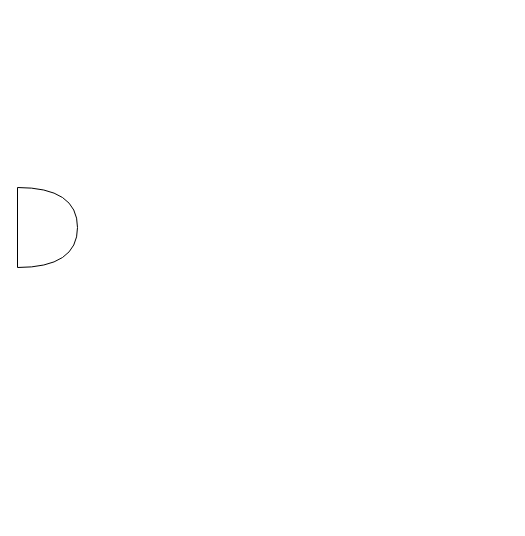
Before: vlbi-2.drawio in faksdal/vlbi, a draw.io diagram. Source tidied: cells renumbered, new cells numbered last; positions are measured from the earlier drawing's top-left corner, leaving out a move shared by most shapes. Both pictures are drawn from the tidied source at 100%, with x=0, y=0 at pixel (17, 187).
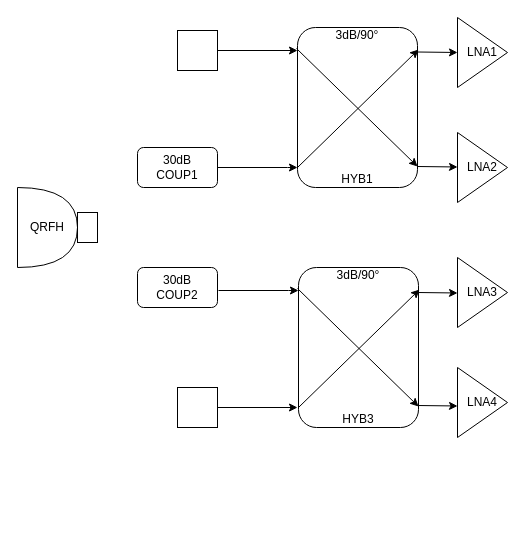
After the change.

The edit, as a diff of the source:
```diff
@@
-    <mxCell id="2" style="shape=or;whiteSpace=wrap;html=1;" parent="1" vertex="1">
+    <mxCell id="2" value="QRFH" style="shape=or;whiteSpace=wrap;html=1;labelBackgroundColor=none;" parent="1" vertex="1">
       <mxGeometry width="60" height="80" as="geometry" />
     </mxCell>
+    <mxCell id="3" value="&lt;div&gt;30dB&lt;/div&gt;&lt;div&gt;COUP2&lt;/div&gt;" style="rounded=1;whiteSpace=wrap;html=1;fontFamily=Helvetica;labelBackgroundColor=none;" parent="1" vertex="1">
+      <mxGeometry x="120" y="80" width="80" height="40" as="geometry" />
+    </mxCell>
+    <mxCell id="4" value="&lt;div&gt;30dB&lt;/div&gt;&lt;div&gt;COUP1&lt;/div&gt;" style="rounded=1;whiteSpace=wrap;html=1;labelBackgroundColor=none;" parent="1" vertex="1">
+      <mxGeometry x="120" y="-40" width="80" height="40" as="geometry" />
+    </mxCell>
+    <mxCell id="5" style="rounded=0;whiteSpace=wrap;html=1;labelBackgroundColor=none;" parent="1" vertex="1">
+      <mxGeometry x="60" y="25" width="20" height="30" as="geometry" />
+    </mxCell>
+    <mxCell id="6" value="&lt;div&gt;3dB/90°&lt;/div&gt;&lt;div&gt;&lt;br&gt;&lt;/div&gt;&lt;div&gt;&lt;br&gt;&lt;/div&gt;&lt;div&gt;&lt;br&gt;&lt;/div&gt;&lt;div&gt;&lt;br&gt;&lt;/div&gt;&lt;div&gt;&lt;br&gt;&lt;/div&gt;&lt;div&gt;&lt;br&gt;&lt;/div&gt;&lt;div&gt;&lt;br&gt;&lt;/div&gt;&lt;div&gt;&lt;br&gt;&lt;/div&gt;&lt;div&gt;&lt;br&gt;&lt;/div&gt;&lt;div&gt;HYB1&lt;/div&gt;" style="rounded=1;whiteSpace=wrap;html=1;labelBackgroundColor=none;" parent="1" vertex="1">
+      <mxGeometry x="280" y="-160" width="120" height="160" as="geometry" />
+    </mxCell>
+    <mxCell id="7" value="&lt;div&gt;LNA1&lt;/div&gt;" style="triangle;whiteSpace=wrap;html=1;labelBackgroundColor=none;" parent="1" vertex="1">
+      <mxGeometry x="440" y="-170" width="50" height="70" as="geometry" />
+    </mxCell>
+    <mxCell id="8" value="&lt;div&gt;LNA2&lt;/div&gt;" style="triangle;whiteSpace=wrap;html=1;labelBackgroundColor=none;" parent="1" vertex="1">
+      <mxGeometry x="440" y="-55" width="50" height="70" as="geometry" />
+    </mxCell>
+    <mxCell id="9" value="&lt;div&gt;LNA3&lt;/div&gt;" style="triangle;whiteSpace=wrap;html=1;labelBackgroundColor=none;" parent="1" vertex="1">
+      <mxGeometry x="440" y="70" width="50" height="70" as="geometry" />
+    </mxCell>
+    <mxCell id="10" value="&lt;div&gt;LNA4&lt;/div&gt;" style="triangle;whiteSpace=wrap;html=1;labelBackgroundColor=none;" parent="1" vertex="1">
+      <mxGeometry x="440" y="180" width="50" height="70" as="geometry" />
+    </mxCell>
+    <mxCell id="11" style="endArrow=none;html=1;rounded=0;" parent="1" edge="1">
+      <mxGeometry relative="1" as="geometry">
+        <mxPoint x="340" y="330" as="sourcePoint" />
+        <mxPoint x="340" y="330" as="targetPoint" />
+      </mxGeometry>
+    </mxCell>
+    <mxCell id="12" style="edgeStyle=orthogonalEdgeStyle;rounded=0;jettySize=auto;html=1;exitX=1;exitY=0.5;exitDx=0;exitDy=0;" parent="1" edge="1" source="4" target="6">
+      <mxGeometry relative="1" as="geometry">
+        <Array as="points">
+          <mxPoint x="270" y="-20" />
+          <mxPoint x="270" y="-20" />
+        </Array>
+      </mxGeometry>
+    </mxCell>
+    <mxCell id="13" style="endArrow=none;html=1;rounded=0;" parent="1" edge="1" target="6">
+      <mxGeometry relative="1" as="geometry">
+        <mxPoint x="280" y="-20" as="sourcePoint" />
+      </mxGeometry>
+    </mxCell>
+    <mxCell id="14" style="endArrow=classic;html=1;rounded=0;" parent="1" edge="1" target="6">
+      <mxGeometry relative="1" as="geometry">
+        <mxPoint x="280" y="-20" as="sourcePoint" />
+      </mxGeometry>
+    </mxCell>
+    <mxCell id="15" style="endArrow=classic;html=1;rounded=0;entryX=1.008;entryY=0.138;entryDx=0;entryDy=0;entryPerimeter=0;" parent="1" edge="1" target="6">
+      <mxGeometry relative="1" as="geometry">
+        <mxPoint x="280" y="-20" as="sourcePoint" />
+      </mxGeometry>
+    </mxCell>
+    <mxCell id="16" style="endArrow=classic;html=1;rounded=0;" parent="1" edge="1">
+      <mxGeometry relative="1" as="geometry">
+        <mxPoint x="400" y="-135.5" as="sourcePoint" />
+        <mxPoint x="440" y="-135" as="targetPoint" />
+      </mxGeometry>
+    </mxCell>
+    <mxCell id="17" style="endArrow=classic;html=1;rounded=0;entryX=1.008;entryY=0.138;entryDx=0;entryDy=0;entryPerimeter=0;" parent="1" edge="1">
+      <mxGeometry relative="1" as="geometry">
+        <mxPoint x="279" y="-139" as="sourcePoint" />
+        <mxPoint x="400" y="-21" as="targetPoint" />
+      </mxGeometry>
+    </mxCell>
+    <mxCell id="18" style="endArrow=classic;html=1;rounded=0;exitX=1;exitY=0.5;exitDx=0;exitDy=0;" parent="1" edge="1" source="19">
+      <mxGeometry relative="1" as="geometry">
+        <mxPoint x="280" y="-137" as="targetPoint" />
+      </mxGeometry>
+    </mxCell>
+    <mxCell id="19" style="whiteSpace=wrap;html=1;" parent="1" vertex="1">
+      <mxGeometry x="160" y="-157" width="40" height="40" as="geometry" />
+    </mxCell>
+    <mxCell id="20" value="&lt;div&gt;3dB/90°&lt;/div&gt;&lt;div&gt;&lt;br&gt;&lt;/div&gt;&lt;div&gt;&lt;br&gt;&lt;/div&gt;&lt;div&gt;&lt;br&gt;&lt;/div&gt;&lt;div&gt;&lt;br&gt;&lt;/div&gt;&lt;div&gt;&lt;br&gt;&lt;/div&gt;&lt;div&gt;&lt;br&gt;&lt;/div&gt;&lt;div&gt;&lt;br&gt;&lt;/div&gt;&lt;div&gt;&lt;br&gt;&lt;/div&gt;&lt;div&gt;&lt;br&gt;&lt;/div&gt;&lt;div&gt;HYB3&lt;/div&gt;" style="rounded=1;whiteSpace=wrap;html=1;labelBackgroundColor=none;" parent="1" vertex="1">
+      <mxGeometry x="281" y="80" width="120" height="160" as="geometry" />
+    </mxCell>
+    <mxCell id="21" style="endArrow=none;html=1;rounded=0;" parent="1" edge="1" target="20">
+      <mxGeometry relative="1" as="geometry">
+        <mxPoint x="281" y="220" as="sourcePoint" />
+      </mxGeometry>
+    </mxCell>
+    <mxCell id="22" style="endArrow=classic;html=1;rounded=0;" parent="1" edge="1" target="20">
+      <mxGeometry relative="1" as="geometry">
+        <mxPoint x="281" y="220" as="sourcePoint" />
+      </mxGeometry>
+    </mxCell>
+    <mxCell id="23" style="endArrow=classic;html=1;rounded=0;entryX=1.008;entryY=0.138;entryDx=0;entryDy=0;entryPerimeter=0;" parent="1" edge="1" target="20">
+      <mxGeometry relative="1" as="geometry">
+        <mxPoint x="281" y="220" as="sourcePoint" />
+      </mxGeometry>
+    </mxCell>
+    <mxCell id="24" style="endArrow=classic;html=1;rounded=0;entryX=1.008;entryY=0.138;entryDx=0;entryDy=0;entryPerimeter=0;" parent="1" edge="1">
+      <mxGeometry relative="1" as="geometry">
+        <mxPoint x="280" y="101" as="sourcePoint" />
+        <mxPoint x="401" y="219" as="targetPoint" />
+      </mxGeometry>
+    </mxCell>
+    <mxCell id="25" style="endArrow=classic;html=1;rounded=0;" parent="1" edge="1">
+      <mxGeometry relative="1" as="geometry">
+        <mxPoint x="400" y="-21" as="sourcePoint" />
+        <mxPoint x="440" y="-20.5" as="targetPoint" />
+      </mxGeometry>
+    </mxCell>
+    <mxCell id="26" style="endArrow=classic;html=1;rounded=0;" parent="1" edge="1">
+      <mxGeometry relative="1" as="geometry">
+        <mxPoint x="400" y="105" as="sourcePoint" />
+        <mxPoint x="440" y="105.5" as="targetPoint" />
+      </mxGeometry>
+    </mxCell>
+    <mxCell id="27" style="endArrow=classic;html=1;rounded=0;" parent="1" edge="1">
+      <mxGeometry relative="1" as="geometry">
+        <mxPoint x="400" y="218" as="sourcePoint" />
+        <mxPoint x="440" y="218.5" as="targetPoint" />
+      </mxGeometry>
+    </mxCell>
+    <mxCell id="28" style="edgeStyle=orthogonalEdgeStyle;rounded=0;orthogonalLoop=1;jettySize=auto;html=1;exitX=1;exitY=0.5;exitDx=0;exitDy=0;" parent="1" edge="1">
+      <mxGeometry relative="1" as="geometry">
+        <mxPoint x="201" y="103" as="sourcePoint" />
+        <mxPoint x="281" y="103" as="targetPoint" />
+        <Array as="points">
+          <mxPoint x="271" y="103" />
+          <mxPoint x="271" y="103" />
+        </Array>
+      </mxGeometry>
+    </mxCell>
+    <mxCell id="29" style="endArrow=classic;html=1;rounded=0;exitX=1;exitY=0.5;exitDx=0;exitDy=0;" parent="1" edge="1" source="30">
+      <mxGeometry relative="1" as="geometry">
+        <mxPoint x="280" y="220" as="targetPoint" />
+      </mxGeometry>
+    </mxCell>
+    <mxCell id="30" style="whiteSpace=wrap;html=1;" parent="1" vertex="1">
+      <mxGeometry x="160" y="200" width="40" height="40" as="geometry" />
+    </mxCell>
```
